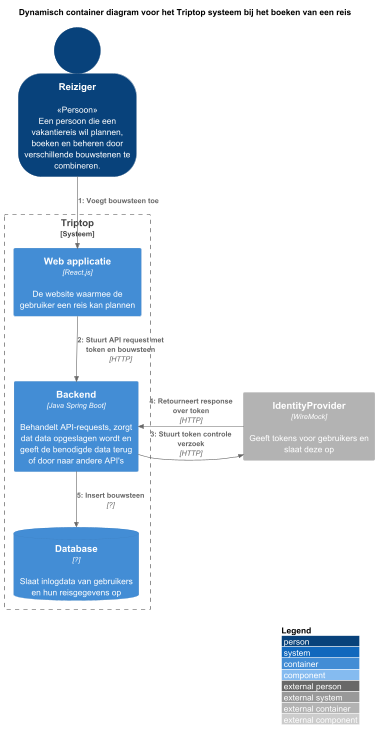
Earlier version of the PlantUML export opdracht-diagrammen/Dynamisch container diagram reis boeken.png (AIM-ENE-feb25/triptop-groep-1-met-third-wheel).
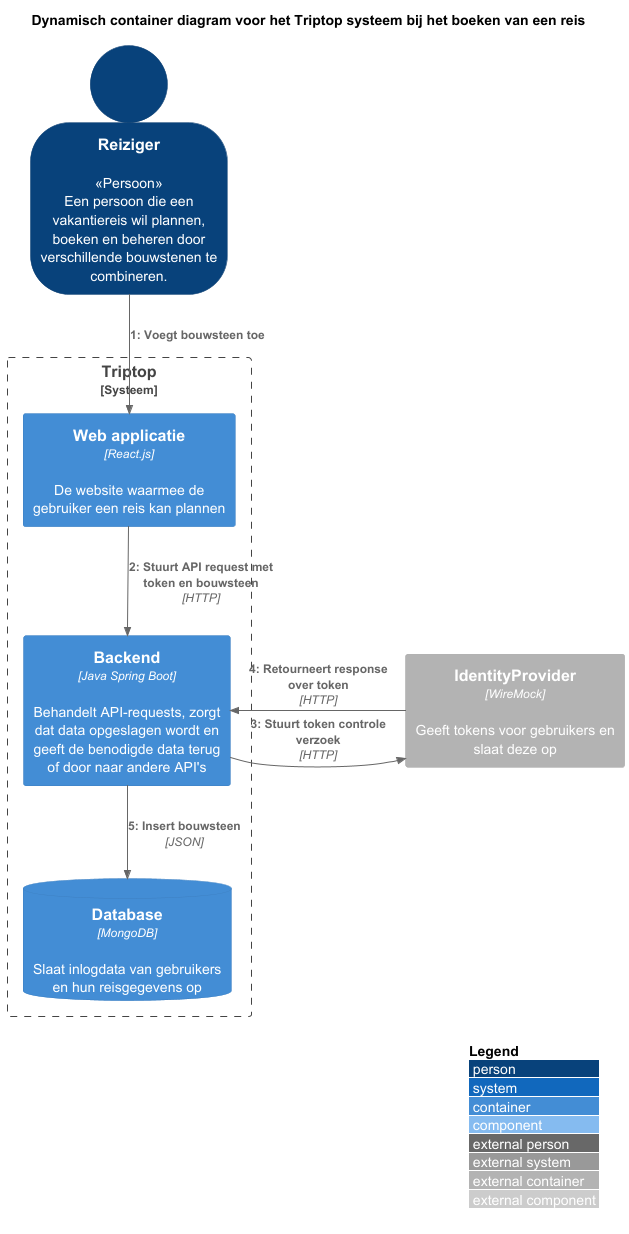
Above is the later version.

The edit, as a diff of the source:
```diff
@@ -11,7 +11,7 @@
 Boundary(system, "Triptop", "Systeem") {
     Container(frontend, "Web applicatie", "React.js", "De website waarmee de gebruiker een reis kan plannen")
     Container(backend, "Backend", "Java Spring Boot", "Behandelt API-requests, zorgt dat data opgeslagen wordt en geeft de benodigde data terug of door naar andere API's")
-    ContainerDb(db, "Database", "?", "Slaat inlogdata van gebruikers en hun reisgegevens op")
+    ContainerDb(db, "Database", "MongoDB", "Slaat inlogdata van gebruikers en hun reisgegevens op")
 }
 Container_Ext(identity, "IdentityProvider", "WireMock", "Geeft tokens voor gebruikers en slaat deze op")
 
@@ -19,7 +19,7 @@
 Rel(frontend, backend, "Stuurt API request met token en bouwsteen", "HTTP")
 Rel_Right(backend, identity, "Stuurt token controle verzoek", "HTTP")
 Rel_Left(identity, backend, "Retourneert response over token", "HTTP")
-Rel(backend, db, "Insert bouwsteen", "?")
+Rel(backend, db, "Insert bouwsteen", "JSON")
 
 
 
```
